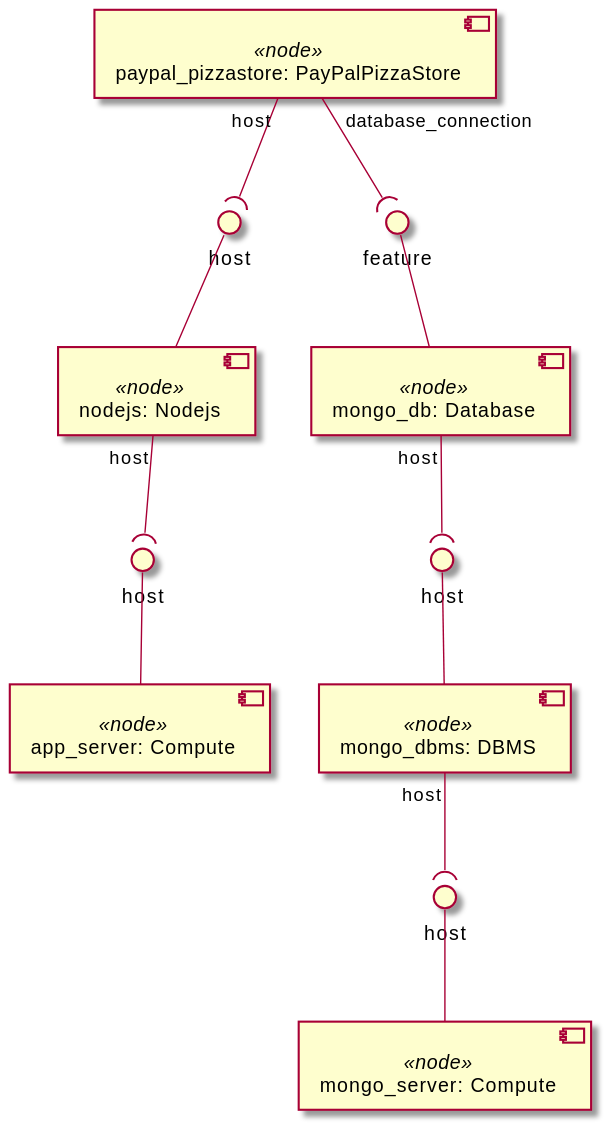
Before: examples/ariatosca/diagrams/uml2/webserver-dbms-2-1.0-uml2-component-diagram1.svg, a diagram exported from PlantUML (Orange-OpenSource/Cloudnet-TOSCA-toolbox).
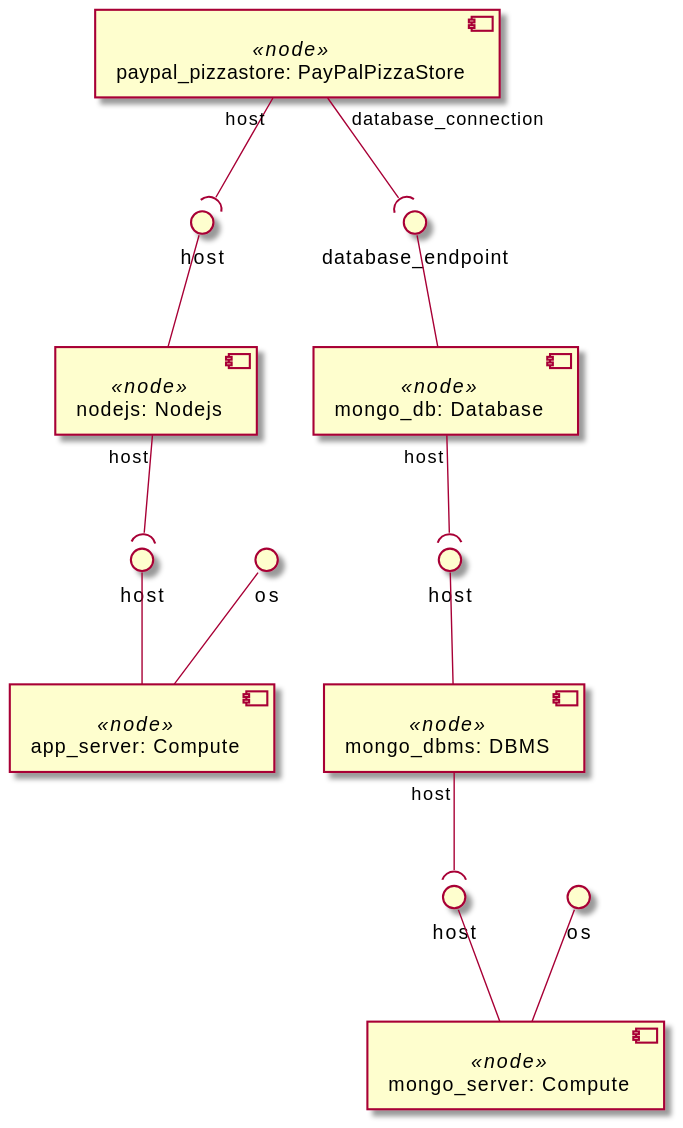
Later version of the same file.

Change to the diagram source:
```diff
@@ -4,28 +4,32 @@
 component "paypal_pizzastore: PayPalPizzaStore" <<node>> as node_paypal_pizzastore
 
 component "nodejs: Nodejs" <<node>> as node_nodejs
+interface "host" as node_nodejs_host
+node_nodejs_host -- node_nodejs
 
 component "mongo_db: Database" <<node>> as node_mongo_db
+interface "database_endpoint" as node_mongo_db_database_endpoint
+node_mongo_db_database_endpoint -- node_mongo_db
 
 component "mongo_dbms: DBMS" <<node>> as node_mongo_dbms
+interface "host" as node_mongo_dbms_host
+node_mongo_dbms_host -- node_mongo_dbms
 
 component "mongo_server: Compute" <<node>> as node_mongo_server
+interface "os" as node_mongo_server_os
+node_mongo_server_os -- node_mongo_server
+interface "host" as node_mongo_server_host
+node_mongo_server_host -- node_mongo_server
 
 component "app_server: Compute" <<node>> as node_app_server
-
-interface "host" as node_nodejs_host
-node_nodejs_host -- node_nodejs
-node_paypal_pizzastore "host" --( node_nodejs_host
-interface "feature" as node_mongo_db_feature
-node_mongo_db_feature -- node_mongo_db
-node_paypal_pizzastore "database_connection" --( node_mongo_db_feature
+interface "os" as node_app_server_os
+node_app_server_os -- node_app_server
 interface "host" as node_app_server_host
 node_app_server_host -- node_app_server
+
+node_paypal_pizzastore "host" --( node_nodejs_host
+node_paypal_pizzastore "database_connection" --( node_mongo_db_database_endpoint
 node_nodejs "host" --( node_app_server_host
-interface "host" as node_mongo_dbms_host
-node_mongo_dbms_host -- node_mongo_dbms
 node_mongo_db "host" --( node_mongo_dbms_host
-interface "host" as node_mongo_server_host
-node_mongo_server_host -- node_mongo_server
 node_mongo_dbms "host" --( node_mongo_server_host
 @enduml
```
